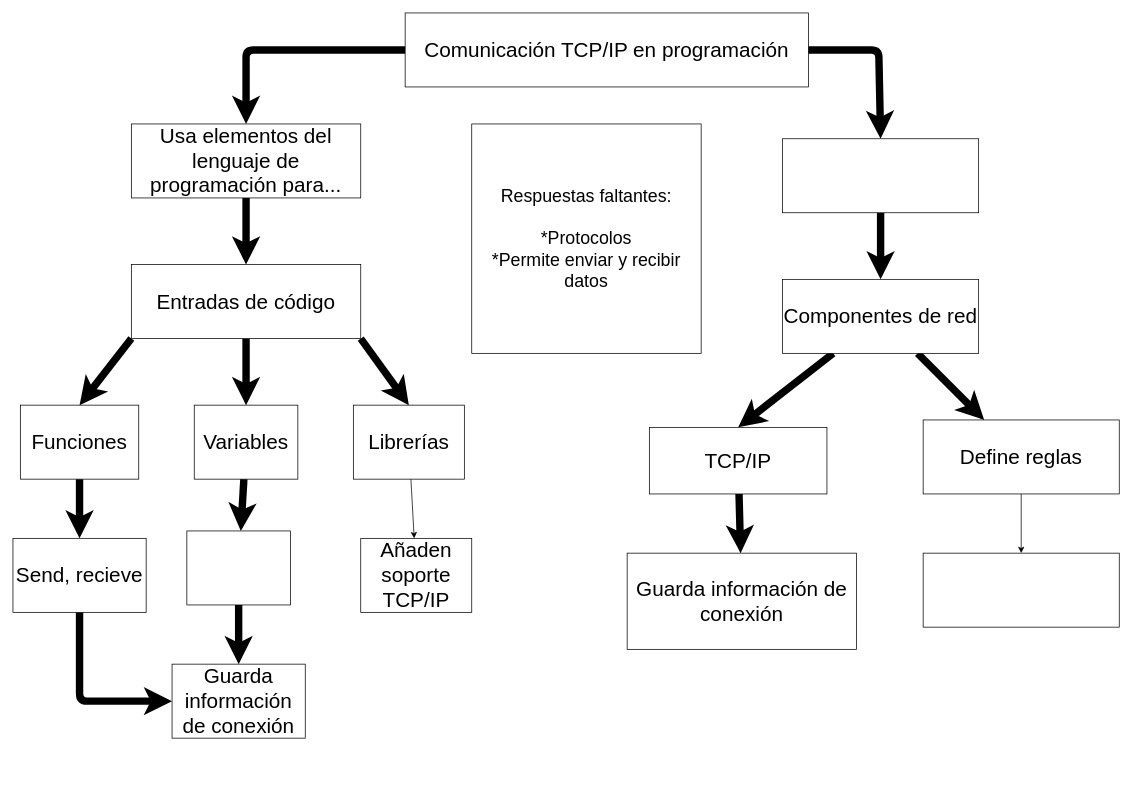
Before: third_Partial/ACT3_01/ACT3_01.drawio in corneliusreed1910/Applications_for_IoT, a draw.io diagram. Source tidied: cells renumbered, new cells numbered last; positions are measured from the earlier drawing's top-left corner, leaving out a move shared by most shapes. Both pictures are drawn from the tidied source at 74%, with x=0, y=0 at pixel (13, 13).
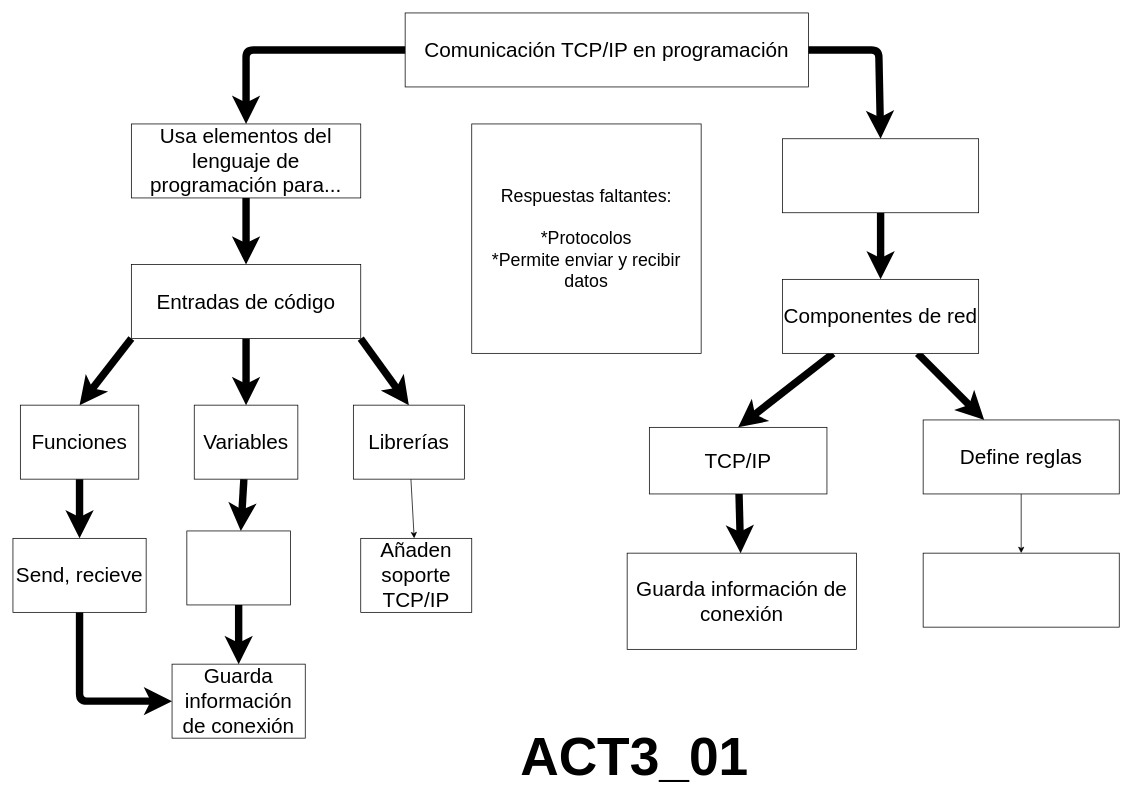
The same diagram, later.

Commit message:
correction on ATC3_01

Change to the diagram source:
```diff
@@
+    <mxCell id="35" value="&lt;font style=&quot;font-size: 72px;&quot;&gt;&lt;b style=&quot;&quot;&gt;ACT3_01&lt;/b&gt;&lt;/font&gt;" style="text;html=1;align=center;verticalAlign=middle;whiteSpace=wrap;rounded=0;fontSize=13;" parent="1" vertex="1">
+      <mxGeometry x="700" y="950" width="280" height="110" as="geometry" />
+    </mxCell>
```
